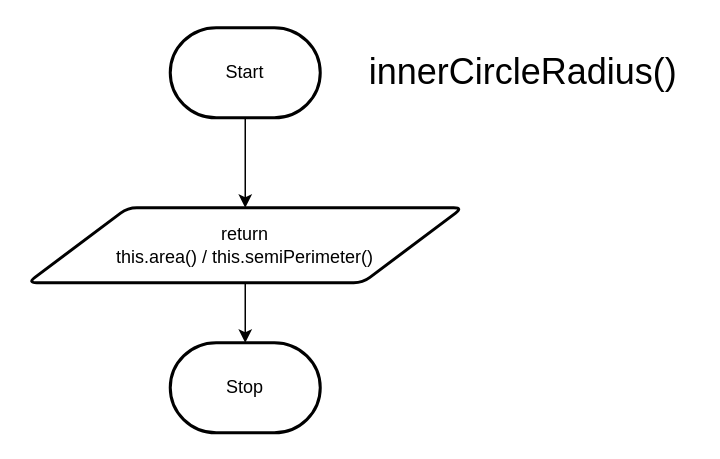
Before: innerCircleRadius.drawio in AndiCucka/Assignment-3, a draw.io diagram. Source tidied: cells renumbered, new cells numbered last; positions are measured from the earlier drawing's top-left corner, leaving out a move shared by most shapes. Both pictures are drawn from the tidied source at 150%, with x=0, y=0 at pixel (27, 27).
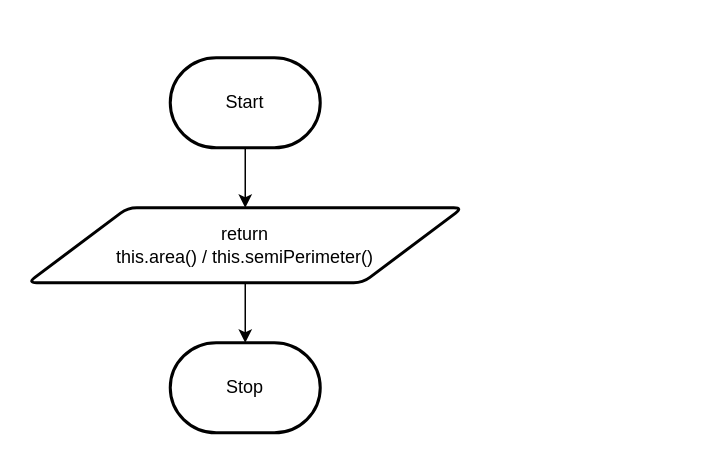
The same diagram, later.

What changed in the source:
```diff
@@
 <mxGraphModel>
   <root>
     <mxCell id="0" />
     <mxCell id="1" parent="0" />
     <mxCell id="2" style="edgeStyle=none;html=1;entryX=0.5;entryY=0;entryDx=0;entryDy=0;" parent="1" edge="1" source="3" target="5">
       <mxGeometry relative="1" as="geometry" />
     </mxCell>
     <mxCell id="3" value="Start" style="strokeWidth=2;html=1;shape=mxgraph.flowchart.terminator;whiteSpace=wrap;" parent="1" vertex="1">
-      <mxGeometry x="95" width="100" height="60" as="geometry" />
+      <mxGeometry x="95" y="20" width="100" height="60" as="geometry" />
     </mxCell>
     <mxCell id="4" style="edgeStyle=none;html=1;entryX=0.5;entryY=0;entryDx=0;entryDy=0;entryPerimeter=0;" parent="1" edge="1" source="5" target="6">
       <mxGeometry relative="1" as="geometry" />
     </mxCell>
     <mxCell id="5" value="return&lt;br&gt;this.area() / this.semiPerimeter()" style="shape=parallelogram;html=1;strokeWidth=2;perimeter=parallelogramPerimeter;whiteSpace=wrap;rounded=1;arcSize=12;size=0.23;" parent="1" vertex="1">
       <mxGeometry y="120" width="290" height="50" as="geometry" />
     </mxCell>
     <mxCell id="6" value="Stop" style="strokeWidth=2;html=1;shape=mxgraph.flowchart.terminator;whiteSpace=wrap;" parent="1" vertex="1">
       <mxGeometry x="95" y="210" width="100" height="60" as="geometry" />
     </mxCell>
-    <mxCell id="7" value="&lt;font style=&quot;font-size: 24px;&quot;&gt;innerCircleRadius()&lt;/font&gt;" style="text;html=1;align=center;verticalAlign=middle;strokeColor=none;fillColor=none;" parent="1" vertex="1">
-      <mxGeometry x="215" y="10" width="230" height="40" as="geometry" />
-    </mxCell>
   </root>
 </mxGraphModel>
```
